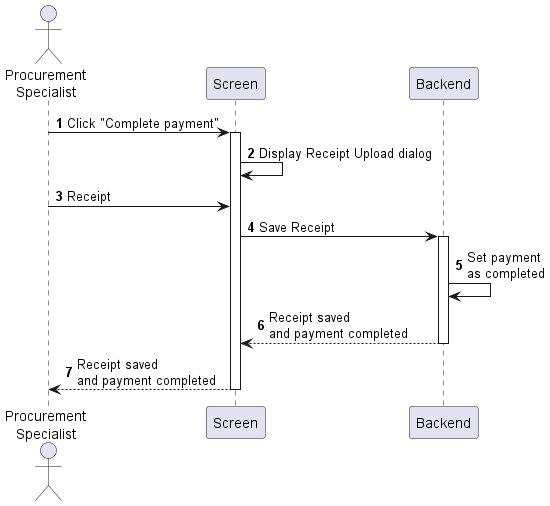
Before: sequences/purchase-order-complete-payment.png, a diagram exported from PlantUML (phihungha/scmss-reqs).
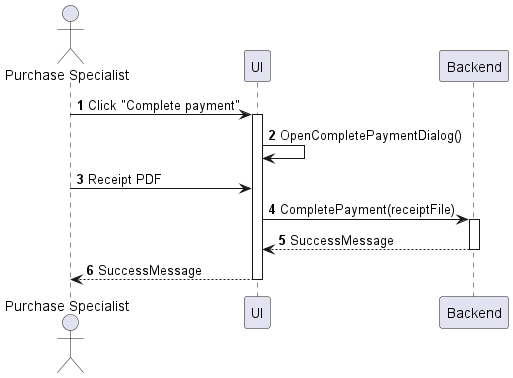
Above is the later version.

Change to the diagram source:
```diff
@@ -1,17 +1,16 @@
 @startuml purchase-order-complete-payment
 autonumber
 
-actor "Procurement\nSpecialist" as a
-participant Screen as f
+actor "Purchase Specialist" as a
+participant UI as f
 participant Backend as b
 
 a -> f : Click "Complete payment"
 activate f
-f -> f : Display Receipt Upload dialog
-a -> f : Receipt
-f -> b : Save Receipt
+f -> f : OpenCompletePaymentDialog()
+a -> f : Receipt PDF
+f -> b : CompletePayment(receiptFile)
 activate b
-b -> b : Set payment\nas completed
-return Receipt saved\nand payment completed
-return Receipt saved\nand payment completed
+return SuccessMessage
+return SuccessMessage
 @enduml
```
